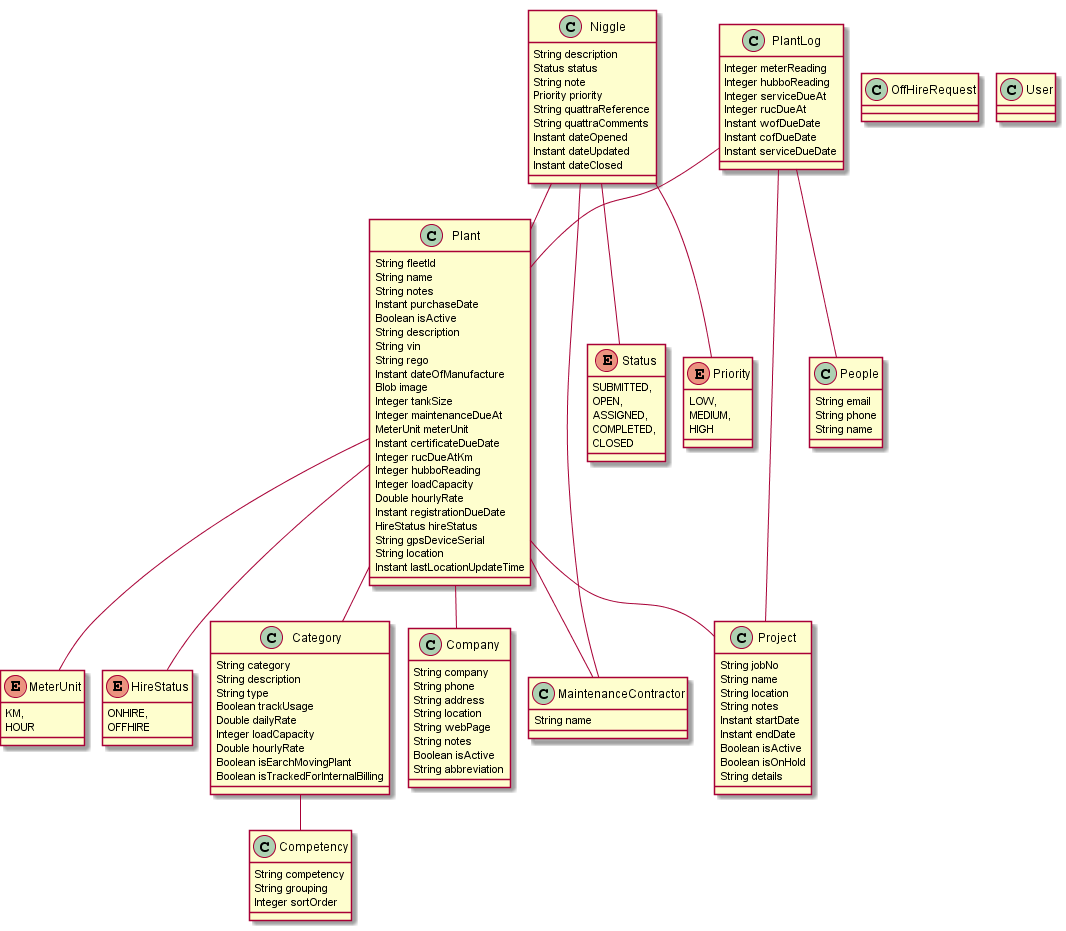
The PlantUML diagram jhipster-jdl.png in LIUTaichen/newShirley, before a commit.
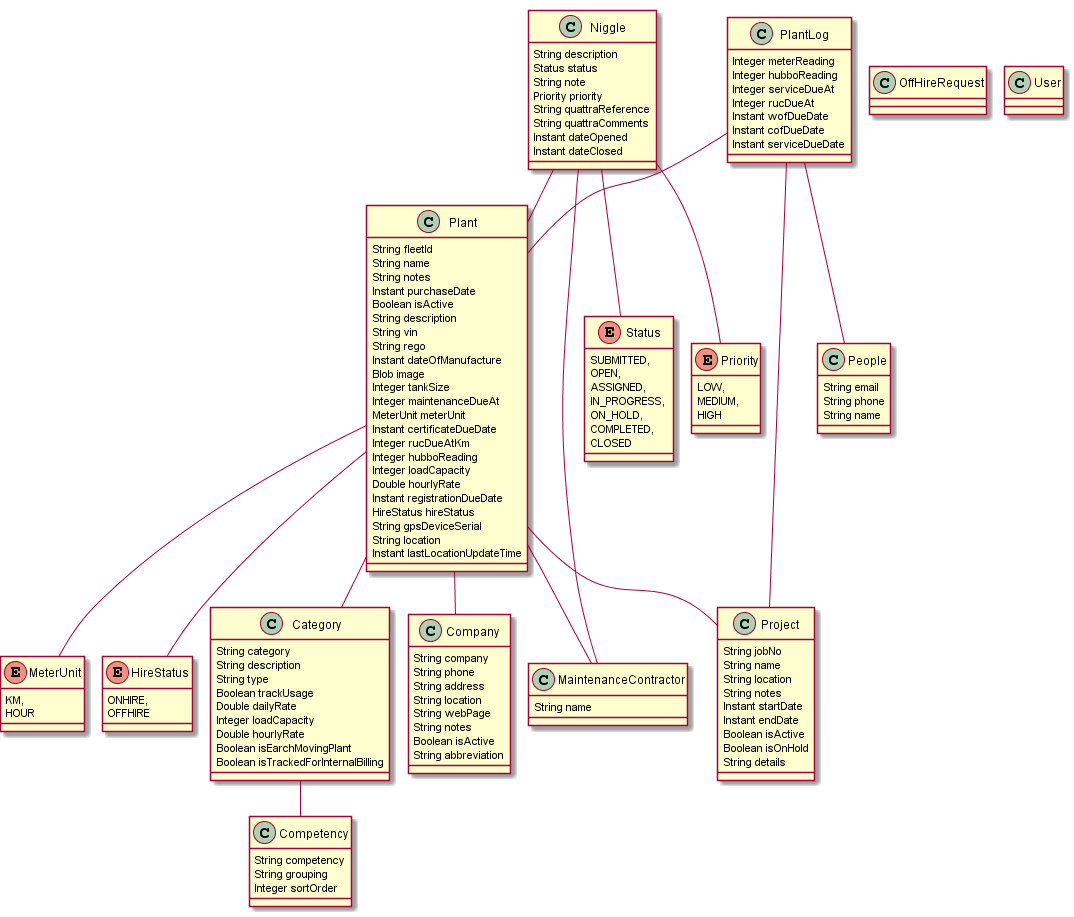
Above is the later version.

Commit message:
updated entity diagram

What changed in the source:
```diff
@@ -91,7 +91,6 @@
 		String quattraReference
 		String quattraComments
 		Instant dateOpened
-		Instant dateUpdated
 		Instant dateClosed
 	}
 	Niggle ..> Status
@@ -105,6 +104,8 @@
 		SUBMITTED,
 		OPEN,
 		ASSIGNED,
+		IN_PROGRESS,
+		ON_HOLD,
 		COMPLETED,
 		CLOSED
 	}
```
